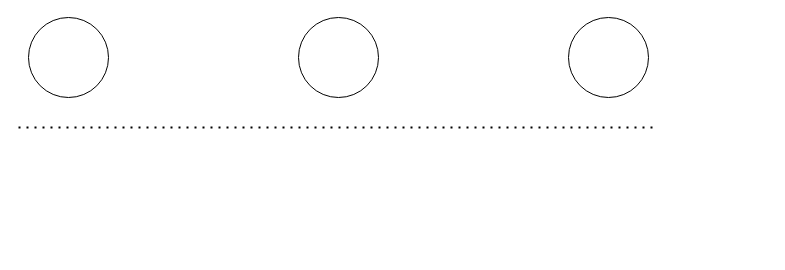
The draw.io diagram Untitled Diagram.drawio in SHUwangwei/leetcode, before the edit. Source tidied: cells renumbered, new cells numbered last; positions are measured from the earlier drawing's top-left corner, leaving out a move shared by most shapes. Both pictures are drawn from the tidied source at 100%, with x=0, y=0 at pixel (18, 17).
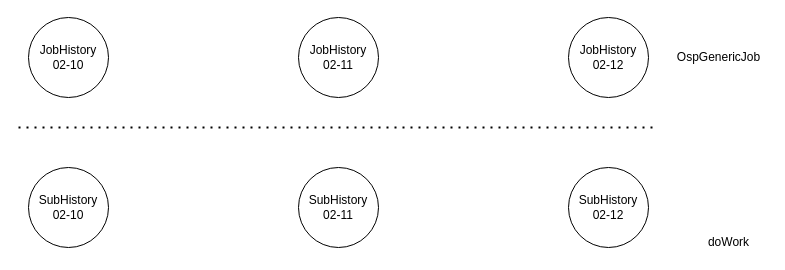
After the change.

The edit, as a diff of the source:
```diff
@@
 <mxGraphModel>
   <root>
     <mxCell id="0" />
     <mxCell id="1" parent="0" />
-    <mxCell id="2" style="ellipse;whiteSpace=wrap;html=1;" parent="1" vertex="1">
+    <mxCell id="2" value="JobHistory&lt;br&gt;02-10" style="ellipse;whiteSpace=wrap;html=1;" parent="1" vertex="1">
       <mxGeometry x="10" width="80" height="80" as="geometry" />
     </mxCell>
-    <mxCell id="3" style="ellipse;whiteSpace=wrap;html=1;" parent="1" vertex="1">
+    <mxCell id="3" value="JobHistory&lt;br&gt;02-11" style="ellipse;whiteSpace=wrap;html=1;" parent="1" vertex="1">
       <mxGeometry x="280" width="80" height="80" as="geometry" />
     </mxCell>
     <mxCell id="4" style="endArrow=none;dashed=1;html=1;dashPattern=1 3;strokeWidth=2;rounded=0;" parent="1" edge="1">
       <mxGeometry relative="1" as="geometry">
         <mxPoint y="110" as="sourcePoint" />
         <mxPoint x="640" y="110" as="targetPoint" />
       </mxGeometry>
     </mxCell>
-    <mxCell id="5" style="ellipse;whiteSpace=wrap;html=1;" parent="1" vertex="1">
+    <mxCell id="5" value="JobHistory&lt;br&gt;02-12" style="ellipse;whiteSpace=wrap;html=1;" parent="1" vertex="1">
       <mxGeometry x="550" width="80" height="80" as="geometry" />
     </mxCell>
+    <mxCell id="6" value="OspGenericJob" style="text;html=1;align=center;verticalAlign=middle;strokeColor=none;fillColor=none;" parent="1" vertex="1">
+      <mxGeometry x="650" y="30" width="100" height="20" as="geometry" />
+    </mxCell>
+    <mxCell id="7" value="doWork" style="text;html=1;align=center;verticalAlign=middle;strokeColor=none;fillColor=none;" parent="1" vertex="1">
+      <mxGeometry x="680" y="215" width="60" height="20" as="geometry" />
+    </mxCell>
+    <mxCell id="8" value="SubHistory&lt;br&gt;02-10" style="ellipse;whiteSpace=wrap;html=1;" parent="1" vertex="1">
+      <mxGeometry x="10" y="150" width="80" height="80" as="geometry" />
+    </mxCell>
+    <mxCell id="9" value="SubHistory&lt;br&gt;02-11" style="ellipse;whiteSpace=wrap;html=1;" parent="1" vertex="1">
+      <mxGeometry x="280" y="150" width="80" height="80" as="geometry" />
+    </mxCell>
+    <mxCell id="10" value="SubHistory&lt;br&gt;02-12" style="ellipse;whiteSpace=wrap;html=1;" parent="1" vertex="1">
+      <mxGeometry x="550" y="150" width="80" height="80" as="geometry" />
+    </mxCell>
   </root>
 </mxGraphModel>
```
